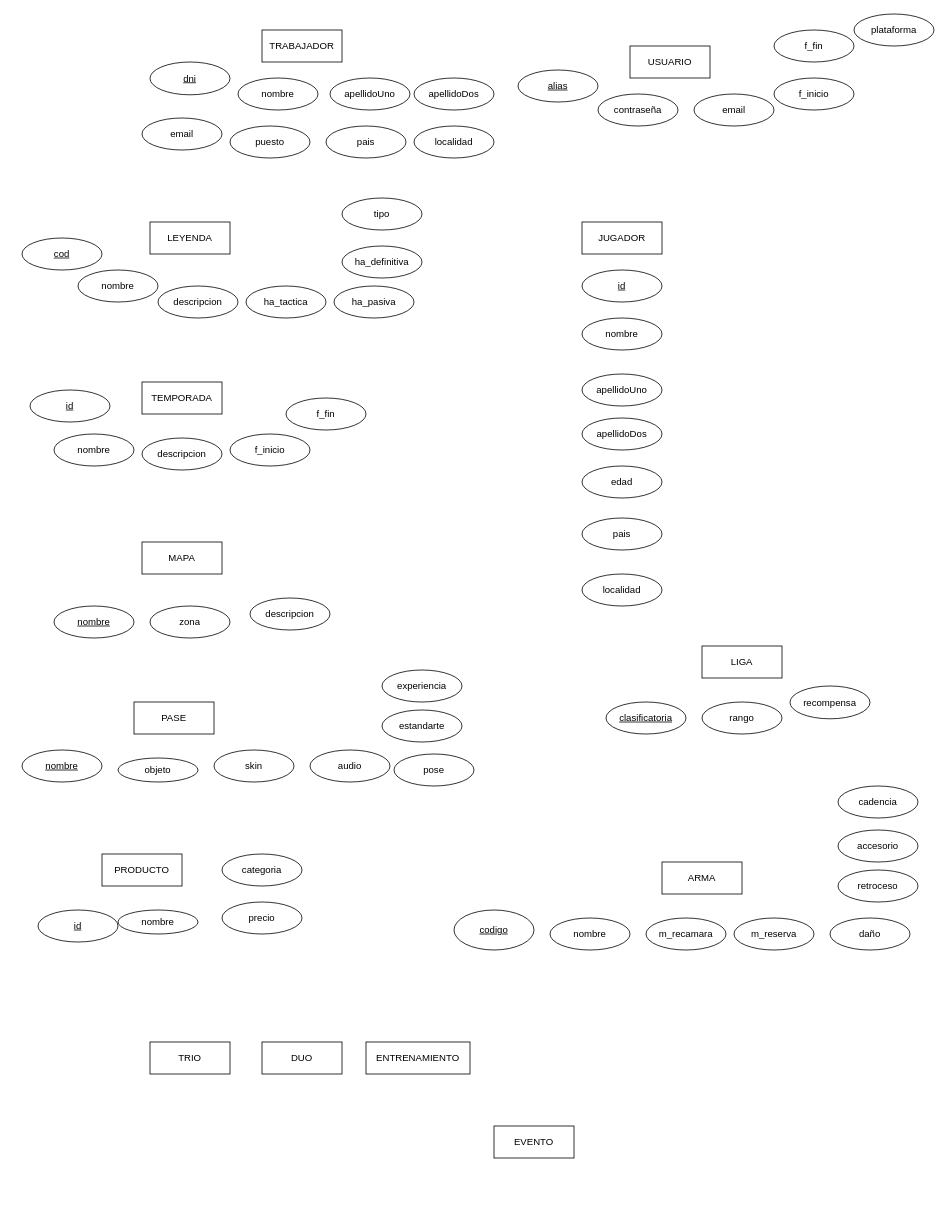
Above: modelo_entidad_relacion/modelo_entidad_relacion.drawio in raulgp97/base_de_datos_apex_leyends (draw.io), before the change. Source tidied: cells renumbered, new cells numbered last; positions are measured from the earlier drawing's top-left corner, leaving out a move shared by most shapes. Both pictures are drawn from the tidied source at 80%, with x=0, y=0 at pixel (22, 14).
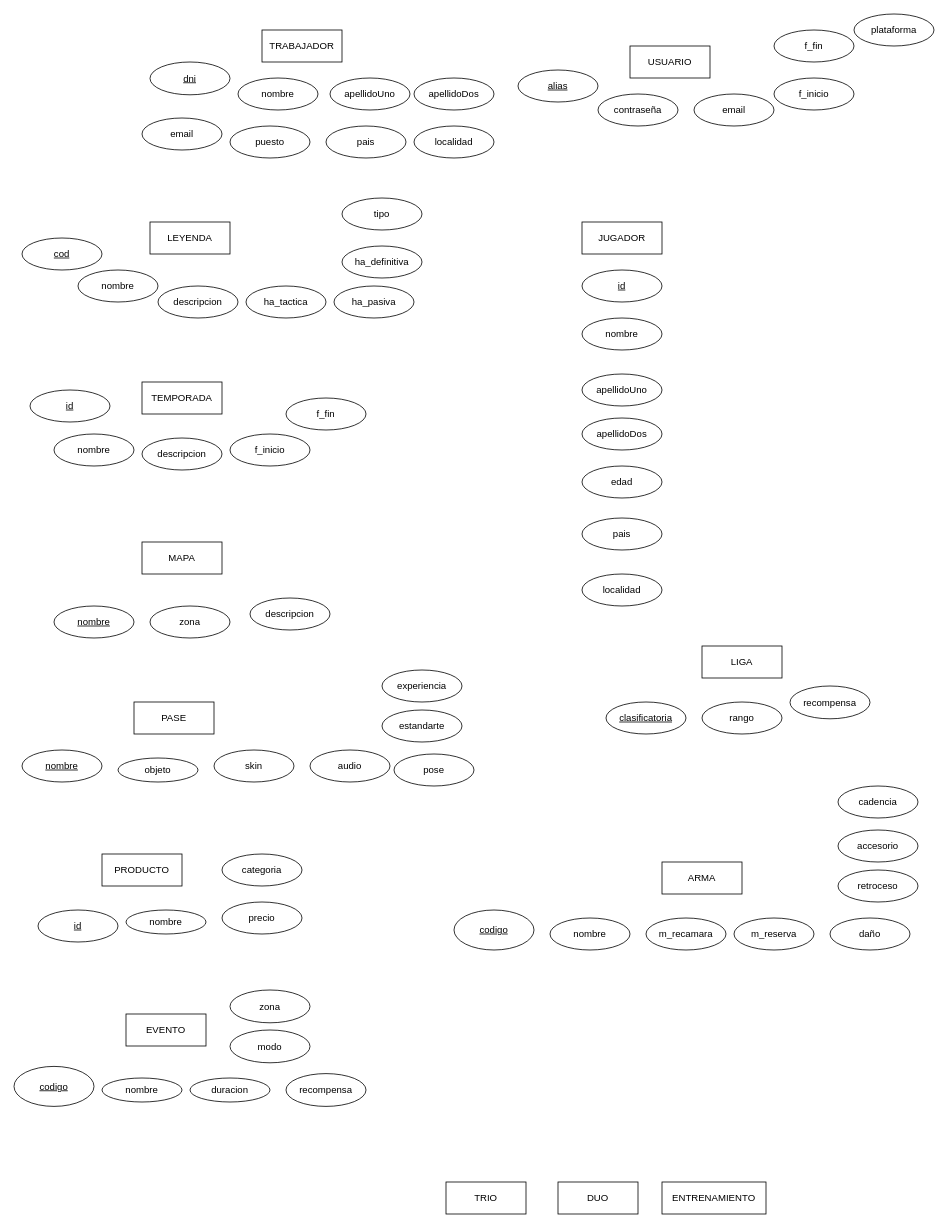
After the change.

Commit message:
Entidad evento

He añadido los atributos de la entidad evento.

Diff of the diagram source:
```diff
@@
     <mxCell id="11" value="DUO" style="whiteSpace=wrap;html=1;align=center;" parent="1" vertex="1">
-      <mxGeometry x="300" y="1285" width="100" height="40" as="geometry" />
+      <mxGeometry x="670" y="1460" width="100" height="40" as="geometry" />
     </mxCell>
     <mxCell id="12" value="TRIO" style="whiteSpace=wrap;html=1;align=center;" parent="1" vertex="1">
-      <mxGeometry x="160" y="1285" width="100" height="40" as="geometry" />
+      <mxGeometry x="530" y="1460" width="100" height="40" as="geometry" />
     </mxCell>
     <mxCell id="13" value="ENTRENAMIENTO" style="whiteSpace=wrap;html=1;align=center;" parent="1" vertex="1">
-      <mxGeometry x="430" y="1285" width="130" height="40" as="geometry" />
+      <mxGeometry x="800" y="1460" width="130" height="40" as="geometry" />
     </mxCell>
     <mxCell id="14" value="EVENTO" style="whiteSpace=wrap;html=1;align=center;" parent="1" vertex="1">
-      <mxGeometry x="590" y="1390" width="100" height="40" as="geometry" />
+      <mxGeometry x="130" y="1250" width="100" height="40" as="geometry" />
     </mxCell>
@@
     <mxCell id="64" value="nombre" style="ellipse;whiteSpace=wrap;html=1;align=center;" parent="1" vertex="1">
-      <mxGeometry x="120" y="1120" width="100" height="30" as="geometry" />
+      <mxGeometry x="130" y="1120" width="100" height="30" as="geometry" />
     </mxCell>
@@
+    <mxCell id="74" value="duracion" style="ellipse;whiteSpace=wrap;html=1;align=center;" parent="1" vertex="1">
+      <mxGeometry x="210" y="1330" width="100" height="30" as="geometry" />
+    </mxCell>
+    <mxCell id="75" value="nombre" style="ellipse;whiteSpace=wrap;html=1;align=center;" parent="1" vertex="1">
+      <mxGeometry x="100" y="1330" width="100" height="30" as="geometry" />
+    </mxCell>
+    <mxCell id="76" value="recompensa" style="ellipse;whiteSpace=wrap;html=1;align=center;" parent="1" vertex="1">
+      <mxGeometry x="330" y="1324.5" width="100" height="41" as="geometry" />
+    </mxCell>
+    <mxCell id="77" value="modo" style="ellipse;whiteSpace=wrap;html=1;align=center;" parent="1" vertex="1">
+      <mxGeometry x="260" y="1270" width="100" height="41" as="geometry" />
+    </mxCell>
+    <mxCell id="78" value="zona" style="ellipse;whiteSpace=wrap;html=1;align=center;" parent="1" vertex="1">
+      <mxGeometry x="260" y="1220" width="100" height="41" as="geometry" />
+    </mxCell>
+    <mxCell id="79" value="codigo" style="ellipse;whiteSpace=wrap;html=1;align=center;fontStyle=4;" parent="1" vertex="1">
+      <mxGeometry x="-10" y="1315.5" width="100" height="50" as="geometry" />
+    </mxCell>
```
